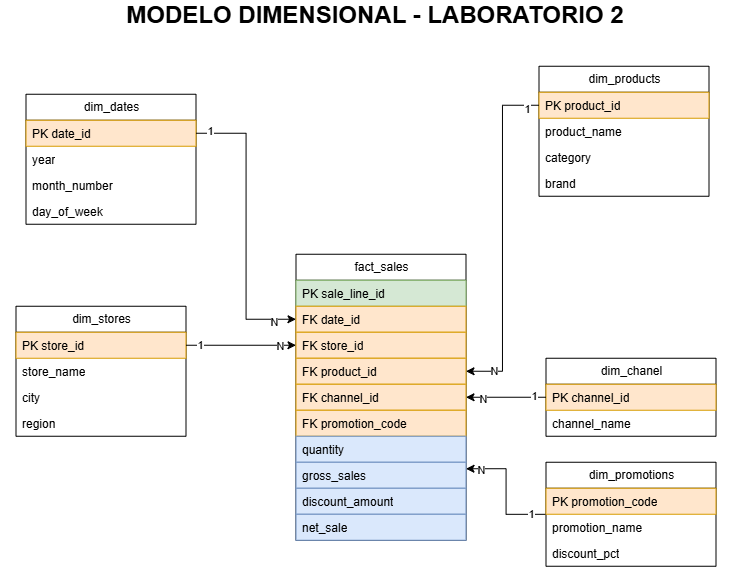
charles665/Laboratorio-2 keeps this draw.io diagram as docs/star_schema.png. Above is the earlier version. Source tidied: cells renumbered, new cells last; positions are measured from the earlier drawing's top-left corner, leaving out a move shared by most shapes.
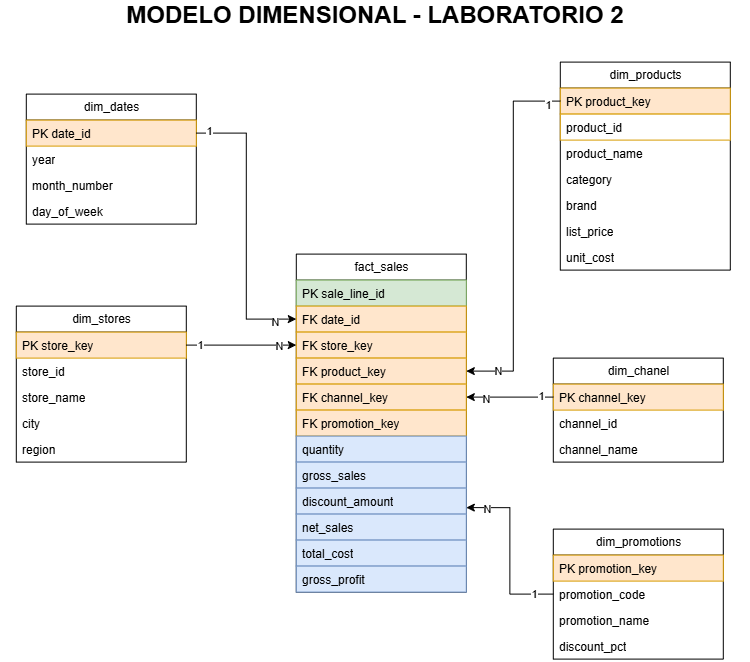
Above is the later version.

Change to the diagram source:
```diff
@@ -3,34 +3,46 @@
     <mxCell id="0" />
     <mxCell id="1" parent="0" />
     <mxCell id="2" value="dim_products" style="swimlane;fontStyle=0;horizontal=1;startSize=26;fillColor=none;html=1;" parent="1" vertex="1">
-      <mxGeometry x="539" y="66" width="170" height="130" as="geometry" />
+      <mxGeometry x="560" y="62" width="170" height="208" as="geometry" />
     </mxCell>
-    <mxCell id="3" value=" PK product_id" style="text;strokeColor=#d79b00;fillColor=#ffe6cc;align=left;verticalAlign=top;spacingLeft=4;spacingRight=4;overflow=hidden;points=[[0,0.5],[1,0.5]];portConstraint=eastwest;whiteSpace=wrap;html=1;" parent="2" vertex="1">
+    <mxCell id="3" value=" PK product_key" style="text;strokeColor=#d79b00;fillColor=#ffe6cc;align=left;verticalAlign=top;spacingLeft=4;spacingRight=4;overflow=hidden;points=[[0,0.5],[1,0.5]];portConstraint=eastwest;whiteSpace=wrap;html=1;" parent="2" vertex="1">
       <mxGeometry y="26" width="170" height="26" as="geometry" />
     </mxCell>
+    <mxCell id="51" value="product_id" style="text;strokeColor=#d79b00;fillColor=#FFFFFF;align=left;verticalAlign=top;spacingLeft=4;spacingRight=4;overflow=hidden;whiteSpace=wrap;html=1;" parent="2" vertex="1">
+      <mxGeometry y="52" width="170" height="26" as="geometry" />
+    </mxCell>
     <mxCell id="4" value="product_name" style="text;strokeColor=none;fillColor=none;align=left;verticalAlign=top;spacingLeft=4;spacingRight=4;overflow=hidden;whiteSpace=wrap;html=1;" parent="2" vertex="1">
-      <mxGeometry y="52" width="170" height="26" as="geometry" />
+      <mxGeometry y="78" width="170" height="26" as="geometry" />
     </mxCell>
     <mxCell id="5" value="category" style="text;strokeColor=none;fillColor=none;align=left;verticalAlign=top;spacingLeft=4;spacingRight=4;overflow=hidden;whiteSpace=wrap;html=1;" parent="2" vertex="1">
-      <mxGeometry y="78" width="170" height="26" as="geometry" />
+      <mxGeometry y="104" width="170" height="26" as="geometry" />
     </mxCell>
     <mxCell id="6" value="brand" style="text;strokeColor=none;fillColor=none;align=left;verticalAlign=top;spacingLeft=4;spacingRight=4;overflow=hidden;whiteSpace=wrap;html=1;" parent="2" vertex="1">
-      <mxGeometry y="104" width="170" height="26" as="geometry" />
+      <mxGeometry y="130" width="170" height="26" as="geometry" />
     </mxCell>
+    <mxCell id="52" value="list_price" style="text;strokeColor=none;fillColor=none;align=left;verticalAlign=top;spacingLeft=4;spacingRight=4;overflow=hidden;whiteSpace=wrap;html=1;" parent="2" vertex="1">
+      <mxGeometry y="156" width="170" height="26" as="geometry" />
+    </mxCell>
+    <mxCell id="53" value="unit_cost" style="text;strokeColor=none;fillColor=none;align=left;verticalAlign=top;spacingLeft=4;spacingRight=4;overflow=hidden;whiteSpace=wrap;html=1;" parent="2" vertex="1">
+      <mxGeometry y="182" width="170" height="26" as="geometry" />
+    </mxCell>
     <mxCell id="7" value="dim_stores" style="swimlane;fontStyle=0;horizontal=1;startSize=26;fillColor=none;html=1;" parent="1" vertex="1">
-      <mxGeometry x="16" y="306" width="170" height="130" as="geometry" />
+      <mxGeometry x="16" y="306" width="170" height="156" as="geometry" />
     </mxCell>
-    <mxCell id="8" value=" PK store_id" style="text;strokeColor=#d79b00;fillColor=#ffe6cc;align=left;verticalAlign=top;spacingLeft=4;spacingRight=4;overflow=hidden;points=[[0,0.5],[1,0.5]];portConstraint=eastwest;whiteSpace=wrap;html=1;" parent="7" vertex="1">
+    <mxCell id="8" value=" PK store_key" style="text;strokeColor=#d79b00;fillColor=#ffe6cc;align=left;verticalAlign=top;spacingLeft=4;spacingRight=4;overflow=hidden;points=[[0,0.5],[1,0.5]];portConstraint=eastwest;whiteSpace=wrap;html=1;" parent="7" vertex="1">
       <mxGeometry y="26" width="170" height="26" as="geometry" />
     </mxCell>
+    <mxCell id="54" value="store_id" style="text;align=left;verticalAlign=top;spacingLeft=4;spacingRight=4;overflow=hidden;whiteSpace=wrap;html=1;" parent="7" vertex="1">
+      <mxGeometry y="52" width="170" height="26" as="geometry" />
+    </mxCell>
     <mxCell id="9" value="store_name" style="text;strokeColor=none;fillColor=none;align=left;verticalAlign=top;spacingLeft=4;spacingRight=4;overflow=hidden;whiteSpace=wrap;html=1;" parent="7" vertex="1">
-      <mxGeometry y="52" width="170" height="26" as="geometry" />
+      <mxGeometry y="78" width="170" height="26" as="geometry" />
     </mxCell>
     <mxCell id="10" value="city" style="text;strokeColor=none;fillColor=none;align=left;verticalAlign=top;spacingLeft=4;spacingRight=4;overflow=hidden;whiteSpace=wrap;html=1;" parent="7" vertex="1">
-      <mxGeometry y="78" width="170" height="26" as="geometry" />
+      <mxGeometry y="104" width="170" height="26" as="geometry" />
     </mxCell>
     <mxCell id="11" value="region" style="text;strokeColor=none;fillColor=none;align=left;verticalAlign=top;spacingLeft=4;spacingRight=4;overflow=hidden;whiteSpace=wrap;html=1;" parent="7" vertex="1">
-      <mxGeometry y="104" width="170" height="26" as="geometry" />
+      <mxGeometry y="130" width="170" height="26" as="geometry" />
     </mxCell>
     <mxCell id="12" value="dim_dates" style="swimlane;fontStyle=0;horizontal=1;startSize=26;fillColor=none;html=1;" parent="1" vertex="1">
       <mxGeometry x="26" y="94" width="170" height="130" as="geometry" />
@@ -57,28 +69,34 @@
       <mxGeometry x="0.76" y="1" relative="1" as="geometry" />
     </mxCell>
     <mxCell id="20" value="dim_promotions" style="swimlane;fontStyle=0;horizontal=1;startSize=26;fillColor=none;html=1;" parent="1" vertex="1">
-      <mxGeometry x="546" y="462" width="170" height="104" as="geometry" />
+      <mxGeometry x="553" y="529" width="170" height="130" as="geometry" />
     </mxCell>
-    <mxCell id="21" value=" PK promotion_code" style="text;strokeColor=#d79b00;fillColor=#ffe6cc;align=left;verticalAlign=top;spacingLeft=4;spacingRight=4;overflow=hidden;whiteSpace=wrap;html=1;" parent="20" vertex="1">
+    <mxCell id="21" value=" PK promotion_key" style="text;strokeColor=#d79b00;fillColor=#ffe6cc;align=left;verticalAlign=top;spacingLeft=4;spacingRight=4;overflow=hidden;whiteSpace=wrap;html=1;" parent="20" vertex="1">
       <mxGeometry y="26" width="170" height="26" as="geometry" />
     </mxCell>
+    <mxCell id="55" value="promotion_code" style="text;strokeColor=none;fillColor=none;align=left;verticalAlign=top;spacingLeft=4;spacingRight=4;overflow=hidden;whiteSpace=wrap;html=1;" parent="20" vertex="1">
+      <mxGeometry y="52" width="170" height="26" as="geometry" />
+    </mxCell>
     <mxCell id="22" value="promotion_name" style="text;strokeColor=none;fillColor=none;align=left;verticalAlign=top;spacingLeft=4;spacingRight=4;overflow=hidden;whiteSpace=wrap;html=1;" parent="20" vertex="1">
-      <mxGeometry y="52" width="170" height="26" as="geometry" />
+      <mxGeometry y="78" width="170" height="26" as="geometry" />
     </mxCell>
     <mxCell id="23" value="discount_pct" style="text;strokeColor=none;fillColor=none;align=left;verticalAlign=top;spacingLeft=4;spacingRight=4;overflow=hidden;whiteSpace=wrap;html=1;" parent="20" vertex="1">
-      <mxGeometry y="78" width="170" height="26" as="geometry" />
+      <mxGeometry y="104" width="170" height="26" as="geometry" />
     </mxCell>
     <mxCell id="24" value="dim_chanel" style="swimlane;fontStyle=0;horizontal=1;startSize=26;fillColor=none;html=1;" parent="1" vertex="1">
-      <mxGeometry x="546" y="358" width="170" height="78" as="geometry" />
+      <mxGeometry x="553" y="358" width="170" height="104" as="geometry" />
     </mxCell>
-    <mxCell id="25" value=" PK channel_id" style="text;strokeColor=#d79b00;fillColor=#ffe6cc;align=left;verticalAlign=top;spacingLeft=4;spacingRight=4;overflow=hidden;points=[[0,0.5],[1,0.5]];portConstraint=eastwest;whiteSpace=wrap;html=1;" parent="24" vertex="1">
+    <mxCell id="25" value=" PK channel_key" style="text;strokeColor=#d79b00;fillColor=#ffe6cc;align=left;verticalAlign=top;spacingLeft=4;spacingRight=4;overflow=hidden;points=[[0,0.5],[1,0.5]];portConstraint=eastwest;whiteSpace=wrap;html=1;" parent="24" vertex="1">
       <mxGeometry y="26" width="170" height="26" as="geometry" />
     </mxCell>
+    <mxCell id="56" value="channel_id" style="text;align=left;verticalAlign=top;spacingLeft=4;spacingRight=4;overflow=hidden;whiteSpace=wrap;html=1;" parent="24" vertex="1">
+      <mxGeometry y="52" width="170" height="26" as="geometry" />
+    </mxCell>
     <mxCell id="26" value="channel_name" style="text;strokeColor=none;fillColor=none;align=left;verticalAlign=top;spacingLeft=4;spacingRight=4;overflow=hidden;whiteSpace=wrap;html=1;" parent="24" vertex="1">
-      <mxGeometry y="52" width="170" height="26" as="geometry" />
+      <mxGeometry y="78" width="170" height="26" as="geometry" />
     </mxCell>
     <mxCell id="27" value="fact_sales" style="swimlane;fontStyle=0;horizontal=1;startSize=26;fillColor=none;html=1;" parent="1" vertex="1">
-      <mxGeometry x="296" y="254" width="170" height="286" as="geometry" />
+      <mxGeometry x="296" y="254" width="170" height="338" as="geometry" />
     </mxCell>
     <mxCell id="28" value="PK sale_line_id" style="text;strokeColor=#82b366;fillColor=#d5e8d4;align=left;verticalAlign=top;spacingLeft=4;spacingRight=4;overflow=hidden;whiteSpace=wrap;html=1;" parent="27" vertex="1">
       <mxGeometry y="26" width="170" height="26" as="geometry" />
@@ -86,16 +104,16 @@
     <mxCell id="29" value="FK date_id" style="text;strokeColor=#d79b00;fillColor=#ffe6cc;align=left;verticalAlign=top;spacingLeft=4;spacingRight=4;overflow=hidden;points=[[0,0.5],[1,0.5]];portConstraint=eastwest;whiteSpace=wrap;html=1;" parent="27" vertex="1">
       <mxGeometry y="52" width="170" height="26" as="geometry" />
     </mxCell>
-    <mxCell id="30" value="FK store_id" style="text;strokeColor=#d79b00;fillColor=#ffe6cc;align=left;verticalAlign=top;spacingLeft=4;spacingRight=4;overflow=hidden;points=[[0,0.5],[1,0.5]];portConstraint=eastwest;whiteSpace=wrap;html=1;" parent="27" vertex="1">
+    <mxCell id="30" value="FK store_key" style="text;strokeColor=#d79b00;fillColor=#ffe6cc;align=left;verticalAlign=top;spacingLeft=4;spacingRight=4;overflow=hidden;points=[[0,0.5],[1,0.5]];portConstraint=eastwest;whiteSpace=wrap;html=1;" parent="27" vertex="1">
       <mxGeometry y="78" width="170" height="26" as="geometry" />
     </mxCell>
-    <mxCell id="31" value="FK product_id" style="text;strokeColor=#d79b00;fillColor=#ffe6cc;align=left;verticalAlign=top;spacingLeft=4;spacingRight=4;overflow=hidden;points=[[0,0.5],[1,0.5]];portConstraint=eastwest;whiteSpace=wrap;html=1;" parent="27" vertex="1">
+    <mxCell id="31" value="FK product_key" style="text;strokeColor=#d79b00;fillColor=#ffe6cc;align=left;verticalAlign=top;spacingLeft=4;spacingRight=4;overflow=hidden;points=[[0,0.5],[1,0.5]];portConstraint=eastwest;whiteSpace=wrap;html=1;" parent="27" vertex="1">
       <mxGeometry y="104" width="170" height="26" as="geometry" />
     </mxCell>
-    <mxCell id="32" value="FK channel_id" style="text;strokeColor=#d79b00;fillColor=#ffe6cc;align=left;verticalAlign=top;spacingLeft=4;spacingRight=4;overflow=hidden;points=[[0,0.5],[1,0.5]];portConstraint=eastwest;whiteSpace=wrap;html=1;" parent="27" vertex="1">
+    <mxCell id="32" value="FK channel_key" style="text;strokeColor=#d79b00;fillColor=#ffe6cc;align=left;verticalAlign=top;spacingLeft=4;spacingRight=4;overflow=hidden;points=[[0,0.5],[1,0.5]];portConstraint=eastwest;whiteSpace=wrap;html=1;" parent="27" vertex="1">
       <mxGeometry y="130" width="170" height="26" as="geometry" />
     </mxCell>
-    <mxCell id="33" value="FK promotion_code" style="text;strokeColor=#d79b00;fillColor=#ffe6cc;align=left;verticalAlign=top;spacingLeft=4;spacingRight=4;overflow=hidden;whiteSpace=wrap;html=1;" parent="27" vertex="1">
+    <mxCell id="33" value="FK promotion_key" style="text;strokeColor=#d79b00;fillColor=#ffe6cc;align=left;verticalAlign=top;spacingLeft=4;spacingRight=4;overflow=hidden;whiteSpace=wrap;html=1;" parent="27" vertex="1">
       <mxGeometry y="156" width="170" height="26" as="geometry" />
     </mxCell>
     <mxCell id="34" value="quantity" style="text;strokeColor=#6c8ebf;fillColor=#dae8fc;align=left;verticalAlign=top;spacingLeft=4;spacingRight=4;overflow=hidden;whiteSpace=wrap;html=1;" parent="27" vertex="1">
@@ -107,9 +125,15 @@
     <mxCell id="36" value="discount_amount" style="text;strokeColor=#6c8ebf;fillColor=#dae8fc;align=left;verticalAlign=top;spacingLeft=4;spacingRight=4;overflow=hidden;whiteSpace=wrap;html=1;" parent="27" vertex="1">
       <mxGeometry y="234" width="170" height="26" as="geometry" />
     </mxCell>
-    <mxCell id="37" value="net_sale" style="text;strokeColor=#6c8ebf;fillColor=#dae8fc;align=left;verticalAlign=top;spacingLeft=4;spacingRight=4;overflow=hidden;whiteSpace=wrap;html=1;" parent="27" vertex="1">
+    <mxCell id="37" value="net_sales" style="text;strokeColor=#6c8ebf;fillColor=#dae8fc;align=left;verticalAlign=top;spacingLeft=4;spacingRight=4;overflow=hidden;whiteSpace=wrap;html=1;" parent="27" vertex="1">
       <mxGeometry y="260" width="170" height="26" as="geometry" />
     </mxCell>
+    <mxCell id="57" value="total_cost" style="text;strokeColor=#6c8ebf;fillColor=#dae8fc;align=left;verticalAlign=top;spacingLeft=4;spacingRight=4;overflow=hidden;whiteSpace=wrap;html=1;" parent="27" vertex="1">
+      <mxGeometry y="286" width="170" height="26" as="geometry" />
+    </mxCell>
+    <mxCell id="58" value="gross_profit&lt;div&gt;&lt;br&gt;&lt;/div&gt;" style="text;strokeColor=#6c8ebf;fillColor=#dae8fc;align=left;verticalAlign=top;spacingLeft=4;spacingRight=4;overflow=hidden;whiteSpace=wrap;html=1;" parent="27" vertex="1">
+      <mxGeometry y="312" width="170" height="26" as="geometry" />
+    </mxCell>
     <mxCell id="38" style="edgeStyle=orthogonalEdgeStyle;rounded=0;jettySize=auto;html=1;entryX=0;entryY=0.5;entryDx=0;entryDy=0;" parent="1" edge="1" source="13" target="29">
       <mxGeometry relative="1" as="geometry" />
     </mxCell>
```
